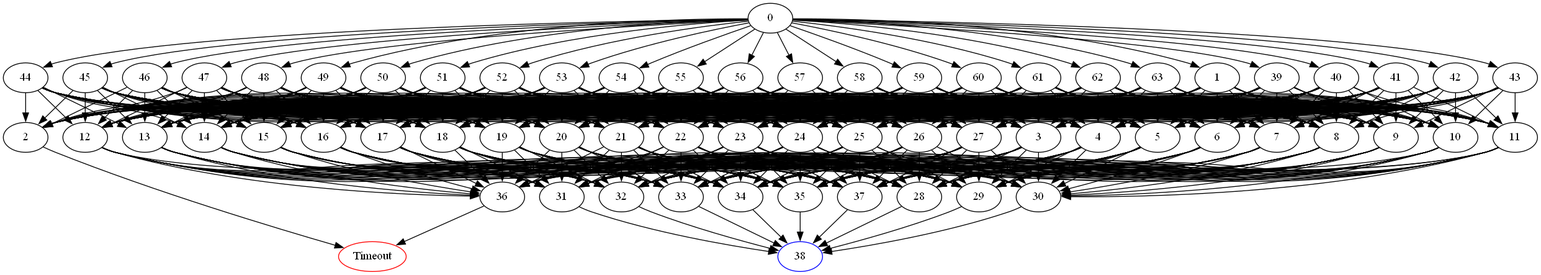
Before: DomainPicture/tniv.05356.comdirected_graph.png, a diagram exported from Graphviz (Asikl/MazeMapper). Its source is kept beside it as DomainPicture/tniv.05356.comdirected_graph.dot.
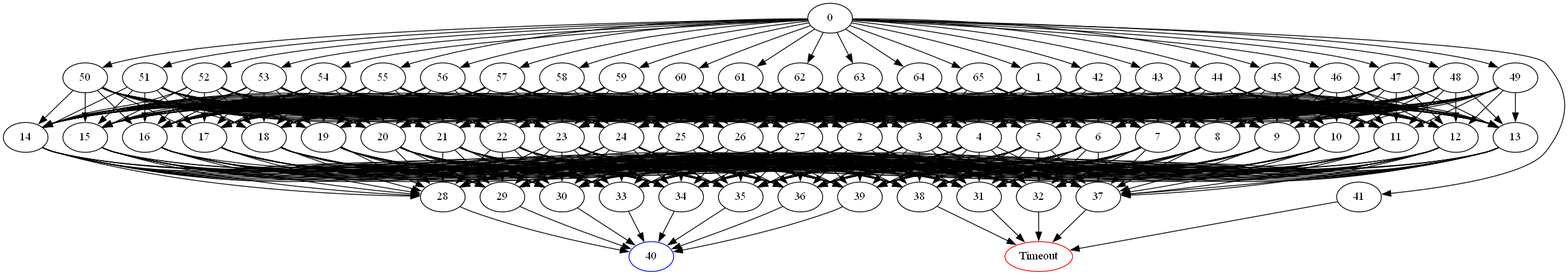
Later version of the same file.

The edit, as a diff of the source:
```diff
@@ -1,7 +1,5 @@
 digraph G {
 	0 -> 1;
-	0 -> 39;
-	0 -> 40;
 	0 -> 41;
 	0 -> 42;
 	0 -> 43;
@@ -25,6 +23,8 @@
 	0 -> 61;
 	0 -> 62;
 	0 -> 63;
+	0 -> 64;
+	0 -> 65;
 	1 -> 2;
 	1 -> 3;
 	1 -> 4;
@@ -51,8 +51,18 @@
 	1 -> 25;
 	1 -> 26;
 	1 -> 27;
-	2 -> "Timeout";
-Timeout [color=red];
+	2 -> 28;
+	2 -> 29;
+	2 -> 30;
+	2 -> 31;
+	2 -> 32;
+	2 -> 33;
+	2 -> 34;
+	2 -> 35;
+	2 -> 36;
+	2 -> 37;
+	2 -> 38;
+	2 -> 39;
 	3 -> 28;
 	3 -> 29;
 	3 -> 30;
@@ -63,6 +73,8 @@
 	3 -> 35;
 	3 -> 36;
 	3 -> 37;
+	3 -> 38;
+	3 -> 39;
 	4 -> 28;
 	4 -> 29;
 	4 -> 30;
@@ -73,6 +85,8 @@
 	4 -> 35;
 	4 -> 36;
 	4 -> 37;
+	4 -> 38;
+	4 -> 39;
 	5 -> 28;
 	5 -> 29;
 	5 -> 30;
@@ -83,6 +97,8 @@
 	5 -> 35;
 	5 -> 36;
 	5 -> 37;
+	5 -> 38;
+	5 -> 39;
 	6 -> 28;
 	6 -> 29;
 	6 -> 30;
@@ -93,6 +109,8 @@
 	6 -> 35;
 	6 -> 36;
 	6 -> 37;
+	6 -> 38;
+	6 -> 39;
 	7 -> 28;
 	7 -> 29;
 	7 -> 30;
@@ -103,6 +121,8 @@
 	7 -> 35;
 	7 -> 36;
 	7 -> 37;
+	7 -> 38;
+	7 -> 39;
 	8 -> 28;
 	8 -> 29;
 	8 -> 30;
@@ -113,6 +133,8 @@
 	8 -> 35;
 	8 -> 36;
 	8 -> 37;
+	8 -> 38;
+	8 -> 39;
 	9 -> 28;
 	9 -> 29;
 	9 -> 30;
@@ -123,6 +145,8 @@
 	9 -> 35;
 	9 -> 36;
 	9 -> 37;
+	9 -> 38;
+	9 -> 39;
 	10 -> 28;
 	10 -> 29;
 	10 -> 30;
@@ -133,6 +157,8 @@
 	10 -> 35;
 	10 -> 36;
 	10 -> 37;
+	10 -> 38;
+	10 -> 39;
 	11 -> 28;
 	11 -> 29;
 	11 -> 30;
@@ -143,6 +169,8 @@
 	11 -> 35;
 	11 -> 36;
 	11 -> 37;
+	11 -> 38;
+	11 -> 39;
 	12 -> 28;
 	12 -> 29;
 	12 -> 30;
@@ -153,6 +181,8 @@
 	12 -> 35;
 	12 -> 36;
 	12 -> 37;
+	12 -> 38;
+	12 -> 39;
 	13 -> 28;
 	13 -> 29;
 	13 -> 30;
@@ -163,6 +193,8 @@
 	13 -> 35;
 	13 -> 36;
 	13 -> 37;
+	13 -> 38;
+	13 -> 39;
 	14 -> 28;
 	14 -> 29;
 	14 -> 30;
@@ -173,6 +205,8 @@
 	14 -> 35;
 	14 -> 36;
 	14 -> 37;
+	14 -> 38;
+	14 -> 39;
 	15 -> 28;
 	15 -> 29;
 	15 -> 30;
@@ -183,6 +217,8 @@
 	15 -> 35;
 	15 -> 36;
 	15 -> 37;
+	15 -> 38;
+	15 -> 39;
 	16 -> 28;
 	16 -> 29;
 	16 -> 30;
@@ -193,6 +229,8 @@
 	16 -> 35;
 	16 -> 36;
 	16 -> 37;
+	16 -> 38;
+	16 -> 39;
 	17 -> 28;
 	17 -> 29;
 	17 -> 30;
@@ -203,6 +241,8 @@
 	17 -> 35;
 	17 -> 36;
 	17 -> 37;
+	17 -> 38;
+	17 -> 39;
 	18 -> 28;
 	18 -> 29;
 	18 -> 30;
@@ -213,6 +253,8 @@
 	18 -> 35;
 	18 -> 36;
 	18 -> 37;
+	18 -> 38;
+	18 -> 39;
 	19 -> 28;
 	19 -> 29;
 	19 -> 30;
@@ -223,6 +265,8 @@
 	19 -> 35;
 	19 -> 36;
 	19 -> 37;
+	19 -> 38;
+	19 -> 39;
 	20 -> 28;
 	20 -> 29;
 	20 -> 30;
@@ -233,6 +277,8 @@
 	20 -> 35;
 	20 -> 36;
 	20 -> 37;
+	20 -> 38;
+	20 -> 39;
 	21 -> 28;
 	21 -> 29;
 	21 -> 30;
@@ -243,6 +289,8 @@
 	21 -> 35;
 	21 -> 36;
 	21 -> 37;
+	21 -> 38;
+	21 -> 39;
 	22 -> 28;
 	22 -> 29;
 	22 -> 30;
@@ -253,6 +301,8 @@
 	22 -> 35;
 	22 -> 36;
 	22 -> 37;
+	22 -> 38;
+	22 -> 39;
 	23 -> 28;
 	23 -> 29;
 	23 -> 30;
@@ -263,6 +313,8 @@
 	23 -> 35;
 	23 -> 36;
 	23 -> 37;
+	23 -> 38;
+	23 -> 39;
 	24 -> 28;
 	24 -> 29;
 	24 -> 30;
@@ -273,6 +325,8 @@
 	24 -> 35;
 	24 -> 36;
 	24 -> 37;
+	24 -> 38;
+	24 -> 39;
 	25 -> 28;
 	25 -> 29;
 	25 -> 30;
@@ -283,6 +337,8 @@
 	25 -> 35;
 	25 -> 36;
 	25 -> 37;
+	25 -> 38;
+	25 -> 39;
 	26 -> 28;
 	26 -> 29;
 	26 -> 30;
@@ -293,6 +349,8 @@
 	26 -> 35;
 	26 -> 36;
 	26 -> 37;
+	26 -> 38;
+	26 -> 39;
 	27 -> 28;
 	27 -> 29;
 	27 -> 30;
@@ -303,104 +361,34 @@
 	27 -> 35;
 	27 -> 36;
 	27 -> 37;
-	28 -> "38";
-38 [color=blue];
-	29 -> "38";
-38 [color=blue];
-	30 -> "38";
-38 [color=blue];
-	31 -> "38";
-38 [color=blue];
-	32 -> "38";
-38 [color=blue];
-	33 -> "38";
-38 [color=blue];
-	34 -> "38";
-38 [color=blue];
-	35 -> "38";
-38 [color=blue];
-	36 -> "Timeout";
+	27 -> 38;
+	27 -> 39;
+	28 -> "40";
+40 [color=blue];
+	29 -> "40";
+40 [color=blue];
+	30 -> "40";
+40 [color=blue];
+	31 -> "Timeout";
 Timeout [color=red];
-	37 -> "38";
-38 [color=blue];
-	39 -> 2;
-	39 -> 3;
-	39 -> 4;
-	39 -> 5;
-	39 -> 6;
-	39 -> 7;
-	39 -> 8;
-	39 -> 9;
-	39 -> 10;
-	39 -> 11;
-	39 -> 12;
-	39 -> 13;
-	39 -> 14;
-	39 -> 15;
-	39 -> 16;
-	39 -> 17;
-	39 -> 18;
-	39 -> 19;
-	39 -> 20;
-	39 -> 21;
-	39 -> 22;
-	39 -> 23;
-	39 -> 24;
-	39 -> 25;
-	39 -> 26;
-	39 -> 27;
-	40 -> 2;
-	40 -> 3;
-	40 -> 4;
-	40 -> 5;
-	40 -> 6;
-	40 -> 7;
-	40 -> 8;
-	40 -> 9;
-	40 -> 10;
-	40 -> 11;
-	40 -> 12;
-	40 -> 13;
-	40 -> 14;
-	40 -> 15;
-	40 -> 16;
-	40 -> 17;
-	40 -> 18;
-	40 -> 19;
-	40 -> 20;
-	40 -> 21;
-	40 -> 22;
-	40 -> 23;
-	40 -> 24;
-	40 -> 25;
-	40 -> 26;
-	40 -> 27;
-	41 -> 2;
-	41 -> 3;
-	41 -> 4;
-	41 -> 5;
-	41 -> 6;
-	41 -> 7;
-	41 -> 8;
-	41 -> 9;
-	41 -> 10;
-	41 -> 11;
-	41 -> 12;
-	41 -> 13;
-	41 -> 14;
-	41 -> 15;
-	41 -> 16;
-	41 -> 17;
-	41 -> 18;
-	41 -> 19;
-	41 -> 20;
-	41 -> 21;
-	41 -> 22;
-	41 -> 23;
-	41 -> 24;
-	41 -> 25;
-	41 -> 26;
-	41 -> 27;
+	32 -> "Timeout";
+Timeout [color=red];
+	33 -> "40";
+40 [color=blue];
+	34 -> "40";
+40 [color=blue];
+	35 -> "40";
+40 [color=blue];
+	36 -> "40";
+40 [color=blue];
+	37 -> "Timeout";
+Timeout [color=red];
+	38 -> "Timeout";
+Timeout [color=red];
+	39 -> "40";
+40 [color=blue];
+	41 -> "Timeout";
+Timeout [color=red];
 	42 -> 2;
 	42 -> 3;
 	42 -> 4;
@@ -973,4 +961,56 @@
 	63 -> 25;
 	63 -> 26;
 	63 -> 27;
+	64 -> 2;
+	64 -> 3;
+	64 -> 4;
+	64 -> 5;
+	64 -> 6;
+	64 -> 7;
+	64 -> 8;
+	64 -> 9;
+	64 -> 10;
+	64 -> 11;
+	64 -> 12;
+	64 -> 13;
+	64 -> 14;
+	64 -> 15;
+	64 -> 16;
+	64 -> 17;
+	64 -> 18;
+	64 -> 19;
+	64 -> 20;
+	64 -> 21;
+	64 -> 22;
+	64 -> 23;
+	64 -> 24;
+	64 -> 25;
+	64 -> 26;
+	64 -> 27;
+	65 -> 2;
+	65 -> 3;
+	65 -> 4;
+	65 -> 5;
+	65 -> 6;
+	65 -> 7;
+	65 -> 8;
+	65 -> 9;
+	65 -> 10;
+	65 -> 11;
+	65 -> 12;
+	65 -> 13;
+	65 -> 14;
+	65 -> 15;
+	65 -> 16;
+	65 -> 17;
+	65 -> 18;
+	65 -> 19;
+	65 -> 20;
+	65 -> 21;
+	65 -> 22;
+	65 -> 23;
+	65 -> 24;
+	65 -> 25;
+	65 -> 26;
+	65 -> 27;
 }
```
